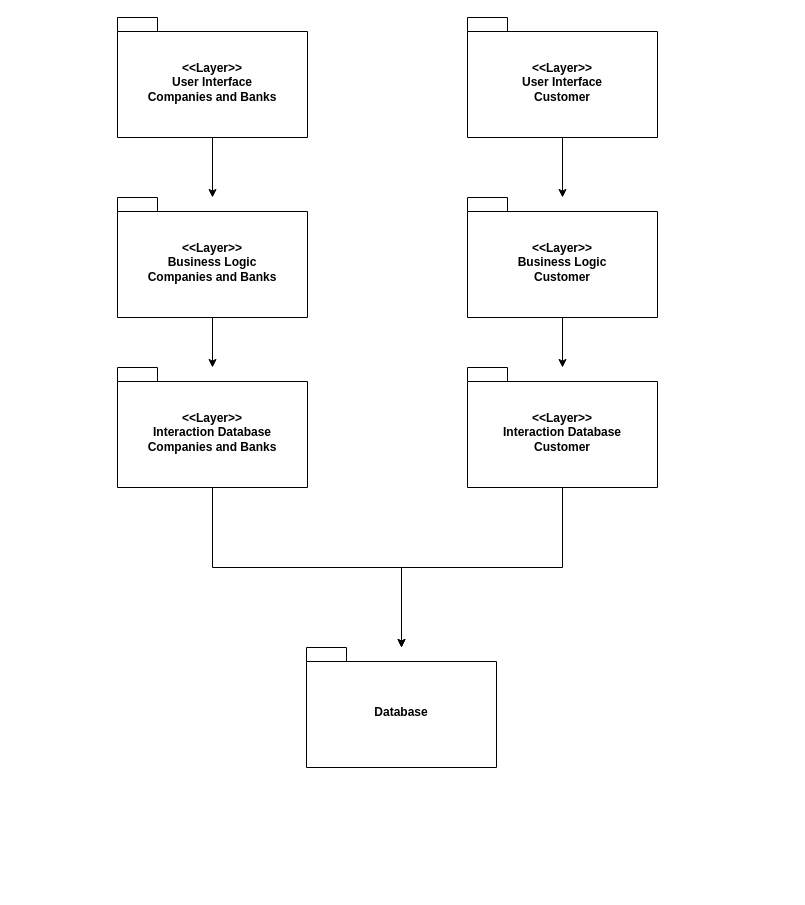
The draw.io diagram page "Pacote-v1" (3 of 3) of Projeto/Diagramas.drawio in ericdiniz/LDS-LAB02, before the edit. Source tidied: cells renumbered, new cells numbered last; positions are measured from the earlier drawing's top-left corner, leaving out a move shared by most shapes. Both pictures are drawn from the tidied source at 100%, with x=0, y=0 at pixel (117, 17).
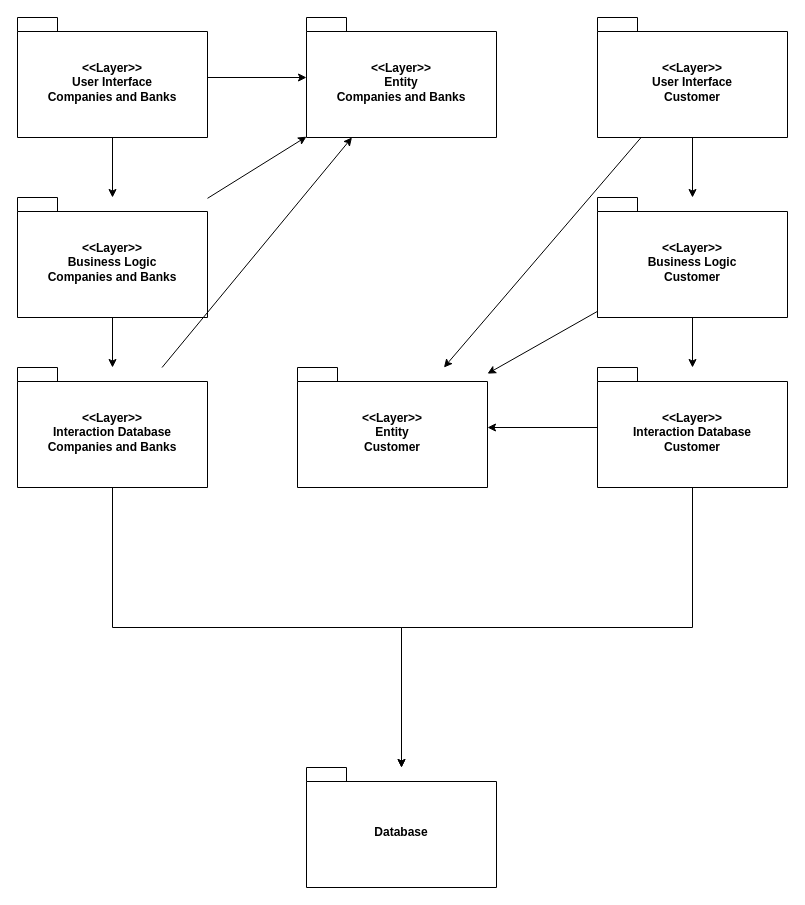
Above is the later version.

Commit message:
update diagrama de pacotes

Diff of the diagram source:
```diff
@@
+    <mxCell id="15" style="rounded=0;jettySize=auto;html=1;" parent="1" edge="1" source="3" target="21">
+      <mxGeometry relative="1" as="geometry" />
+    </mxCell>
     <mxCell id="3" value="&amp;lt;&amp;lt;Layer&amp;gt;&amp;gt;&lt;br&gt;User Interface&lt;br&gt;Companies and Banks" style="shape=folder;fontStyle=1;spacingTop=10;tabWidth=40;tabHeight=14;tabPosition=left;html=1;whiteSpace=wrap;" parent="1" vertex="1">
-      <mxGeometry width="190" height="120" as="geometry" />
+      <mxGeometry x="-100" width="190" height="120" as="geometry" />
     </mxCell>
@@
+    <mxCell id="16" style="rounded=0;jettySize=auto;html=1;" parent="1" edge="1" source="5" target="21">
+      <mxGeometry relative="1" as="geometry" />
+    </mxCell>
     <mxCell id="5" value="&amp;lt;&amp;lt;Layer&amp;gt;&amp;gt;&lt;br&gt;Business Logic&lt;br&gt;Companies and Banks" style="shape=folder;fontStyle=1;spacingTop=10;tabWidth=40;tabHeight=14;tabPosition=left;html=1;whiteSpace=wrap;" parent="1" vertex="1">
-      <mxGeometry y="180" width="190" height="120" as="geometry" />
+      <mxGeometry x="-100" y="180" width="190" height="120" as="geometry" />
     </mxCell>
     <mxCell id="6" style="edgeStyle=orthogonalEdgeStyle;rounded=0;jettySize=auto;html=1;" parent="1" edge="1" source="7" target="8">
-      <mxGeometry relative="1" as="geometry" />
+      <mxGeometry relative="1" as="geometry">
+        <Array as="points">
+          <mxPoint x="-5" y="610" />
+          <mxPoint x="284" y="610" />
+        </Array>
+      </mxGeometry>
     </mxCell>
+    <mxCell id="17" style="rounded=0;jettySize=auto;html=1;" parent="1" edge="1" source="7" target="21">
+      <mxGeometry relative="1" as="geometry" />
+    </mxCell>
     <mxCell id="7" value="&amp;lt;&amp;lt;Layer&amp;gt;&amp;gt;&lt;br&gt;Interaction Database&lt;br&gt;Companies and Banks" style="shape=folder;fontStyle=1;spacingTop=10;tabWidth=40;tabHeight=14;tabPosition=left;html=1;whiteSpace=wrap;" parent="1" vertex="1">
-      <mxGeometry y="350" width="190" height="120" as="geometry" />
+      <mxGeometry x="-100" y="350" width="190" height="120" as="geometry" />
     </mxCell>
     <mxCell id="8" value="Database" style="shape=folder;fontStyle=1;spacingTop=10;tabWidth=40;tabHeight=14;tabPosition=left;html=1;whiteSpace=wrap;" parent="1" vertex="1">
-      <mxGeometry x="189" y="630" width="190" height="120" as="geometry" />
+      <mxGeometry x="189" y="750" width="190" height="120" as="geometry" />
     </mxCell>
@@
+    <mxCell id="18" style="rounded=0;jettySize=auto;html=1;" parent="1" edge="1" source="10" target="22">
+      <mxGeometry relative="1" as="geometry" />
+    </mxCell>
     <mxCell id="10" value="&amp;lt;&amp;lt;Layer&amp;gt;&amp;gt;&lt;br&gt;User Interface&lt;br&gt;Customer" style="shape=folder;fontStyle=1;spacingTop=10;tabWidth=40;tabHeight=14;tabPosition=left;html=1;whiteSpace=wrap;" parent="1" vertex="1">
-      <mxGeometry x="350" width="190" height="120" as="geometry" />
+      <mxGeometry x="480" width="190" height="120" as="geometry" />
     </mxCell>
@@
+    <mxCell id="19" style="rounded=0;jettySize=auto;html=1;" parent="1" edge="1" source="12" target="22">
+      <mxGeometry relative="1" as="geometry" />
+    </mxCell>
     <mxCell id="12" value="&amp;lt;&amp;lt;Layer&amp;gt;&amp;gt;&lt;br&gt;Business Logic&lt;br&gt;Customer" style="shape=folder;fontStyle=1;spacingTop=10;tabWidth=40;tabHeight=14;tabPosition=left;html=1;whiteSpace=wrap;" parent="1" vertex="1">
-      <mxGeometry x="350" y="180" width="190" height="120" as="geometry" />
+      <mxGeometry x="480" y="180" width="190" height="120" as="geometry" />
     </mxCell>
     <mxCell id="13" style="edgeStyle=orthogonalEdgeStyle;rounded=0;jettySize=auto;html=1;" parent="1" edge="1" source="14" target="8">
-      <mxGeometry relative="1" as="geometry" />
+      <mxGeometry relative="1" as="geometry">
+        <Array as="points">
+          <mxPoint x="575" y="610" />
+          <mxPoint x="284" y="610" />
+        </Array>
+      </mxGeometry>
     </mxCell>
+    <mxCell id="20" style="rounded=0;jettySize=auto;html=1;" parent="1" edge="1" source="14" target="22">
+      <mxGeometry relative="1" as="geometry" />
+    </mxCell>
     <mxCell id="14" value="&amp;lt;&amp;lt;Layer&amp;gt;&amp;gt;&lt;br&gt;Interaction Database&lt;br&gt;Customer" style="shape=folder;fontStyle=1;spacingTop=10;tabWidth=40;tabHeight=14;tabPosition=left;html=1;whiteSpace=wrap;" parent="1" vertex="1">
-      <mxGeometry x="350" y="350" width="190" height="120" as="geometry" />
+      <mxGeometry x="480" y="350" width="190" height="120" as="geometry" />
     </mxCell>
+    <mxCell id="21" value="&amp;lt;&amp;lt;Layer&amp;gt;&amp;gt;&lt;br&gt;Entity&lt;br&gt;Companies and Banks" style="shape=folder;fontStyle=1;spacingTop=10;tabWidth=40;tabHeight=14;tabPosition=left;html=1;whiteSpace=wrap;" parent="1" vertex="1">
+      <mxGeometry x="189" width="190" height="120" as="geometry" />
+    </mxCell>
+    <mxCell id="22" value="&amp;lt;&amp;lt;Layer&amp;gt;&amp;gt;&lt;br&gt;Entity&lt;br&gt;Customer" style="shape=folder;fontStyle=1;spacingTop=10;tabWidth=40;tabHeight=14;tabPosition=left;html=1;whiteSpace=wrap;" parent="1" vertex="1">
+      <mxGeometry x="180" y="350" width="190" height="120" as="geometry" />
+    </mxCell>
```
